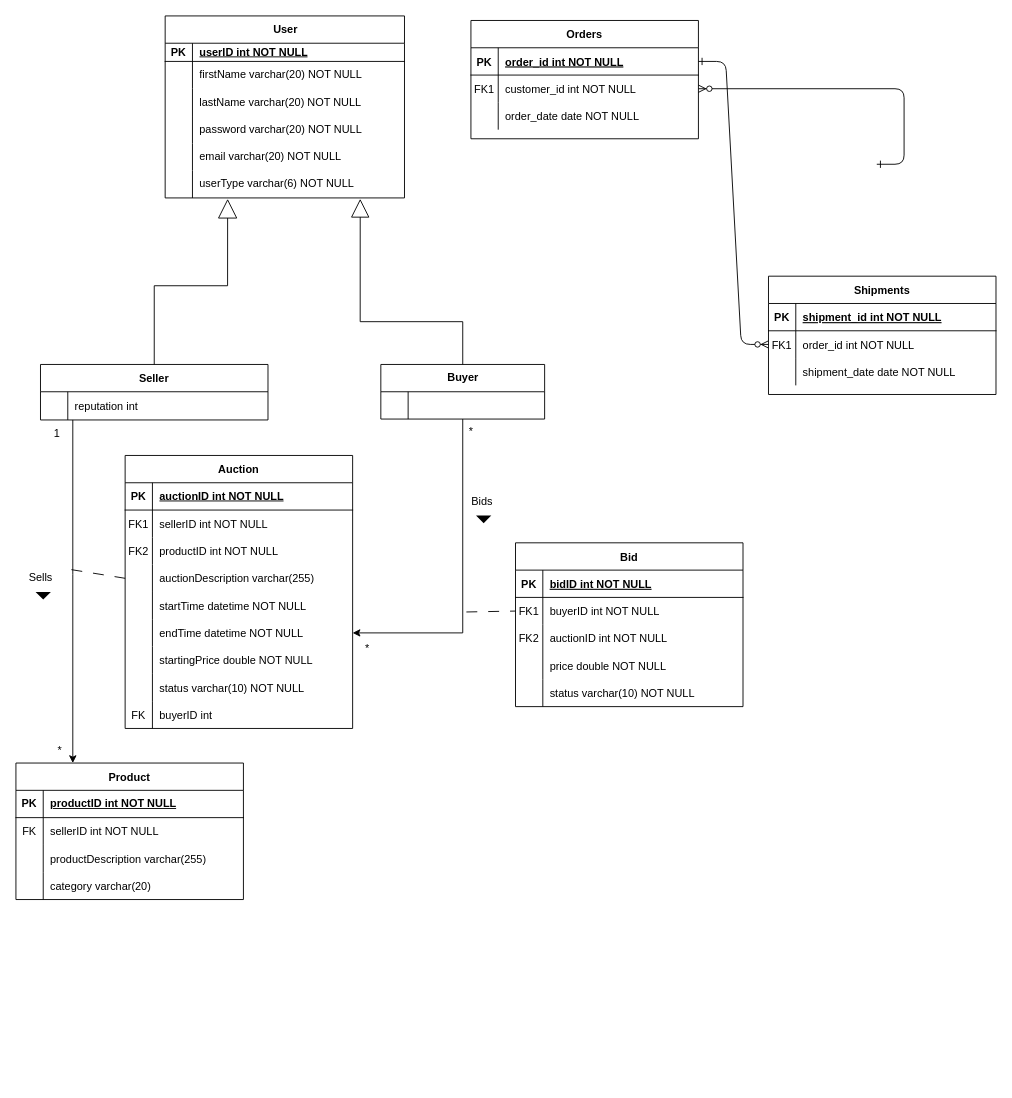
Above: ERD_0.drawio in AnTienHuang/COMP0178 (draw.io), before the change. Source tidied: cells renumbered, new cells numbered last; positions are measured from the earlier drawing's top-left corner, leaving out a move shared by most shapes. Both pictures are drawn from the tidied source at 91%, with x=0, y=0 at pixel (15, 15).
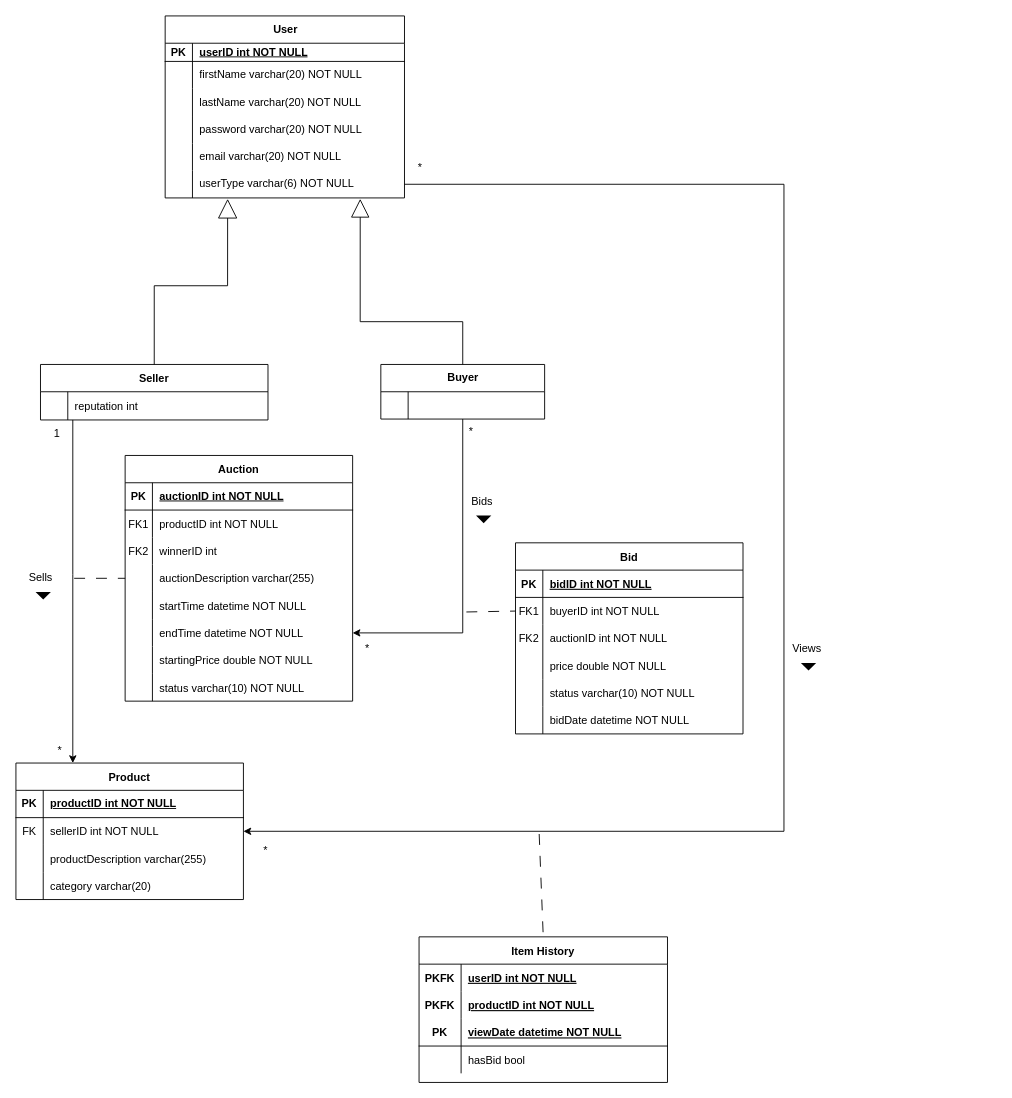
The same diagram, later.

Unchanged cells that the change refers to:
```xml
<mxCell id="41" style="shape=tableRow;horizontal=0;startSize=0;swimlaneHead=0;swimlaneBody=0;fillColor=none;points=[[0,0.5],[1,0.5]];portConstraint=eastwest;top=0;left=0;right=0;bottom=0;" parent="25" vertex="1">
  <mxGeometry y="170" width="263" height="30" as="geometry" />
</mxCell>
<mxCell id="57" style="shape=partialRectangle;fillColor=none;points=[[0,0.5],[1,0.5]];portConstraint=eastwest;top=0;left=0;right=0;bottom=0;" parent="53" vertex="1">
  <mxGeometry y="60" width="250" height="30" as="geometry" />
</mxCell>
<mxCell id="96" style="shape=partialRectangle;fillColor=none;points=[[0,0.5],[1,0.5]];portConstraint=eastwest;top=0;left=0;right=0;bottom=0;" parent="86" vertex="1">
  <mxGeometry y="120" width="250" height="30" as="geometry" />
</mxCell>
```

What changed in the source:
```diff
@@
-    <mxCell id="2" style="edgeStyle=entityRelationEdgeStyle;endArrow=ERzeroToMany;startArrow=ERone;endFill=1;startFill=0;" parent="1" edge="1" target="8">
-      <mxGeometry relative="1" as="geometry">
-        <mxPoint x="946" y="163" as="sourcePoint" />
-      </mxGeometry>
-    </mxCell>
-    <mxCell id="3" style="edgeStyle=entityRelationEdgeStyle;endArrow=ERzeroToMany;startArrow=ERone;endFill=1;startFill=0;" parent="1" edge="1" source="5" target="18">
-      <mxGeometry relative="1" as="geometry" />
-    </mxCell>
-    <mxCell id="4" value="Orders" style="shape=table;startSize=30;childLayout=tableLayout;rowLines=0;fontStyle=1;align=center;" parent="1" vertex="1">
-      <mxGeometry x="500" y="5" width="250" height="130" as="geometry" />
-    </mxCell>
-    <mxCell id="5" style="shape=partialRectangle;fillColor=none;points=[[0,0.5],[1,0.5]];portConstraint=eastwest;top=0;left=0;right=0;bottom=1;" parent="4" vertex="1">
-      <mxGeometry y="30" width="250" height="30" as="geometry" />
-    </mxCell>
-    <mxCell id="6" value="PK" style="shape=partialRectangle;overflow=hidden;fillColor=none;top=0;left=0;bottom=0;right=0;fontStyle=1;" parent="5" vertex="1">
-      <mxGeometry width="30" height="30" as="geometry" />
-    </mxCell>
-    <mxCell id="7" value="order_id int NOT NULL " style="shape=partialRectangle;overflow=hidden;fillColor=none;top=0;left=0;bottom=0;right=0;align=left;spacingLeft=6;fontStyle=5;" parent="5" vertex="1">
-      <mxGeometry x="30" width="220" height="30" as="geometry" />
-    </mxCell>
-    <mxCell id="8" style="shape=partialRectangle;fillColor=none;points=[[0,0.5],[1,0.5]];portConstraint=eastwest;top=0;left=0;right=0;bottom=0;" parent="4" vertex="1">
-      <mxGeometry y="60" width="250" height="30" as="geometry" />
-    </mxCell>
-    <mxCell id="9" value="FK1" style="shape=partialRectangle;overflow=hidden;fillColor=none;top=0;left=0;bottom=0;right=0;" parent="8" vertex="1">
-      <mxGeometry width="30" height="30" as="geometry" />
-    </mxCell>
-    <mxCell id="10" value="customer_id int NOT NULL" style="shape=partialRectangle;overflow=hidden;fillColor=none;top=0;left=0;bottom=0;right=0;align=left;spacingLeft=6;" parent="8" vertex="1">
-      <mxGeometry x="30" width="220" height="30" as="geometry" />
-    </mxCell>
-    <mxCell id="11" style="shape=partialRectangle;fillColor=none;top=0;left=0;right=0;bottom=0;" parent="4" vertex="1">
-      <mxGeometry y="90" width="250" height="30" as="geometry" />
-    </mxCell>
-    <mxCell id="12" style="shape=partialRectangle;overflow=hidden;fillColor=none;top=0;left=0;bottom=0;right=0;" parent="11" vertex="1">
-      <mxGeometry width="30" height="30" as="geometry" />
-    </mxCell>
-    <mxCell id="13" value="order_date date NOT NULL" style="shape=partialRectangle;overflow=hidden;fillColor=none;top=0;left=0;bottom=0;right=0;align=left;spacingLeft=6;" parent="11" vertex="1">
-      <mxGeometry x="30" width="220" height="30" as="geometry" />
-    </mxCell>
-    <mxCell id="14" value="Shipments" style="shape=table;startSize=30;childLayout=tableLayout;rowLines=0;fontStyle=1;align=center;" parent="1" vertex="1">
-      <mxGeometry x="827" y="286" width="250" height="130" as="geometry" />
+    <mxCell id="14" value="Item History" style="shape=table;startSize=30;childLayout=tableLayout;rowLines=0;fontStyle=1;align=center;" parent="1" vertex="1">
+      <mxGeometry x="443" y="1012" width="273" height="160" as="geometry" />
     </mxCell>
+    <mxCell id="18" style="shape=partialRectangle;fillColor=none;points=[[0,0.5],[1,0.5]];portConstraint=eastwest;top=0;left=0;right=0;bottom=0;" parent="14" vertex="1">
+      <mxGeometry y="30" width="273" height="30" as="geometry" />
+    </mxCell>
+    <mxCell id="19" value="PKFK" style="shape=partialRectangle;overflow=hidden;fillColor=none;top=0;left=0;bottom=0;right=0;fontStyle=1;" parent="18" vertex="1">
+      <mxGeometry width="46.2" height="30" as="geometry" />
+    </mxCell>
+    <mxCell id="20" value="userID int NOT NULL" style="shape=partialRectangle;overflow=hidden;fillColor=none;top=0;left=0;bottom=0;right=0;align=left;spacingLeft=6;fontStyle=5;" parent="18" vertex="1">
+      <mxGeometry x="46.2" width="226.8" height="30" as="geometry" />
+    </mxCell>
+    <mxCell id="122" style="shape=partialRectangle;fillColor=none;top=0;left=0;right=0;bottom=0;" parent="14" vertex="1">
+      <mxGeometry y="60" width="273" height="30" as="geometry" />
+    </mxCell>
+    <mxCell id="123" value="PKFK" style="shape=partialRectangle;overflow=hidden;fillColor=none;top=0;left=0;bottom=0;right=0;fontStyle=1;" parent="122" vertex="1">
+      <mxGeometry width="46.2" height="30" as="geometry" />
+    </mxCell>
+    <mxCell id="124" value="productID int NOT NULL" style="shape=partialRectangle;overflow=hidden;fillColor=none;top=0;left=0;bottom=0;right=0;align=left;spacingLeft=6;fontStyle=5;" parent="122" vertex="1">
+      <mxGeometry x="46.2" width="226.8" height="30" as="geometry" />
+    </mxCell>
     <mxCell id="15" style="shape=partialRectangle;fillColor=none;top=0;left=0;right=0;bottom=1;" parent="14" vertex="1">
-      <mxGeometry y="30" width="250" height="30" as="geometry" />
+      <mxGeometry y="90" width="273" height="30" as="geometry" />
     </mxCell>
     <mxCell id="16" value="PK" style="shape=partialRectangle;overflow=hidden;fillColor=none;top=0;left=0;bottom=0;right=0;fontStyle=1;" parent="15" vertex="1">
-      <mxGeometry width="30" height="30" as="geometry" />
+      <mxGeometry width="46.2" height="30" as="geometry" />
     </mxCell>
-    <mxCell id="17" value="shipment_id int NOT NULL " style="shape=partialRectangle;overflow=hidden;fillColor=none;top=0;left=0;bottom=0;right=0;align=left;spacingLeft=6;fontStyle=5;" parent="15" vertex="1">
-      <mxGeometry x="30" width="220" height="30" as="geometry" />
+    <mxCell id="17" value="viewDate datetime NOT NULL" style="shape=partialRectangle;overflow=hidden;fillColor=none;top=0;left=0;bottom=0;right=0;align=left;spacingLeft=6;fontStyle=5;" parent="15" vertex="1">
+      <mxGeometry x="46.2" width="226.8" height="30" as="geometry" />
     </mxCell>
-    <mxCell id="18" style="shape=partialRectangle;fillColor=none;points=[[0,0.5],[1,0.5]];portConstraint=eastwest;top=0;left=0;right=0;bottom=0;" parent="14" vertex="1">
-      <mxGeometry y="60" width="250" height="30" as="geometry" />
-    </mxCell>
-    <mxCell id="19" value="FK1" style="shape=partialRectangle;overflow=hidden;fillColor=none;top=0;left=0;bottom=0;right=0;" parent="18" vertex="1">
-      <mxGeometry width="30" height="30" as="geometry" />
-    </mxCell>
-    <mxCell id="20" value="order_id int NOT NULL" style="shape=partialRectangle;overflow=hidden;fillColor=none;top=0;left=0;bottom=0;right=0;align=left;spacingLeft=6;" parent="18" vertex="1">
-      <mxGeometry x="30" width="220" height="30" as="geometry" />
-    </mxCell>
     <mxCell id="21" style="shape=partialRectangle;fillColor=none;top=0;left=0;right=0;bottom=0;" parent="14" vertex="1">
-      <mxGeometry y="90" width="250" height="30" as="geometry" />
+      <mxGeometry y="120" width="273" height="30" as="geometry" />
     </mxCell>
     <mxCell id="22" style="shape=partialRectangle;overflow=hidden;fillColor=none;top=0;left=0;bottom=0;right=0;" parent="21" vertex="1">
-      <mxGeometry width="30" height="30" as="geometry" />
+      <mxGeometry width="46.2" height="30" as="geometry" />
     </mxCell>
-    <mxCell id="23" value="shipment_date date NOT NULL" style="shape=partialRectangle;overflow=hidden;fillColor=none;top=0;left=0;bottom=0;right=0;align=left;spacingLeft=6;" parent="21" vertex="1">
-      <mxGeometry x="30" width="220" height="30" as="geometry" />
+    <mxCell id="23" value="hasBid bool" style="shape=partialRectangle;overflow=hidden;fillColor=none;top=0;left=0;bottom=0;right=0;align=left;spacingLeft=6;" parent="21" vertex="1">
+      <mxGeometry x="46.2" width="226.8" height="30" as="geometry" />
     </mxCell>
@@
     <mxCell id="68" value="Bid" style="shape=table;startSize=30;childLayout=tableLayout;rowLines=0;fontStyle=1;align=center;" parent="1" vertex="1">
-      <mxGeometry x="549" y="579" width="250" height="180" as="geometry" />
+      <mxGeometry x="549" y="579" width="250" height="210" as="geometry" />
     </mxCell>
@@
+    <mxCell id="125" style="shape=partialRectangle;fillColor=none;top=0;left=0;right=0;bottom=0;" parent="68" vertex="1">
+      <mxGeometry y="180" width="250" height="30" as="geometry" />
+    </mxCell>
+    <mxCell id="12" style="shape=partialRectangle;overflow=hidden;fillColor=none;top=0;left=0;bottom=0;right=0;" parent="125" vertex="1">
+      <mxGeometry width="30" height="30" as="geometry" />
+    </mxCell>
+    <mxCell id="126" value="bidDate datetime NOT NULL" style="shape=partialRectangle;overflow=hidden;fillColor=none;top=0;left=0;bottom=0;right=0;align=left;spacingLeft=6;" parent="125" vertex="1">
+      <mxGeometry x="30" width="220" height="30" as="geometry" />
+    </mxCell>
@@
     <mxCell id="86" value="Auction" style="shape=table;startSize=30;childLayout=tableLayout;rowLines=0;fontStyle=1;align=center;swimlaneLine=1;" parent="1" vertex="1">
-      <mxGeometry x="120" y="483" width="250" height="300" as="geometry" />
+      <mxGeometry x="120" y="483" width="250" height="270" as="geometry" />
     </mxCell>
@@
-    <mxCell id="90" style="shape=partialRectangle;fillColor=none;top=0;left=0;right=0;bottom=0;" parent="86" vertex="1">
-      <mxGeometry y="60" width="250" height="30" as="geometry" />
-    </mxCell>
-    <mxCell id="91" value="FK1" style="shape=partialRectangle;overflow=hidden;fillColor=none;top=0;left=0;bottom=0;right=0;" parent="90" vertex="1">
-      <mxGeometry width="30" height="30" as="geometry" />
-    </mxCell>
-    <mxCell id="92" value="sellerID int NOT NULL" style="shape=partialRectangle;overflow=hidden;fillColor=none;top=0;left=0;bottom=0;right=0;align=left;spacingLeft=6;" parent="90" vertex="1">
-      <mxGeometry x="30" width="220" height="30" as="geometry" />
-    </mxCell>
     <mxCell id="93" style="shape=partialRectangle;fillColor=none;top=0;left=0;right=0;bottom=0;" parent="86" vertex="1">
-      <mxGeometry y="90" width="250" height="30" as="geometry" />
+      <mxGeometry y="60" width="250" height="30" as="geometry" />
     </mxCell>
-    <mxCell id="94" value="FK2" style="shape=partialRectangle;overflow=hidden;fillColor=none;top=0;left=0;bottom=0;right=0;" parent="93" vertex="1">
+    <mxCell id="94" value="FK1" style="shape=partialRectangle;overflow=hidden;fillColor=none;top=0;left=0;bottom=0;right=0;" parent="93" vertex="1">
       <mxGeometry width="30" height="30" as="geometry" />
     </mxCell>
@@
+    <mxCell id="111" style="shape=partialRectangle;fillColor=none;top=0;left=0;right=0;bottom=0;" parent="86" vertex="1">
+      <mxGeometry y="90" width="250" height="30" as="geometry" />
+    </mxCell>
+    <mxCell id="112" value="FK2" style="shape=partialRectangle;overflow=hidden;fillColor=none;top=0;left=0;bottom=0;right=0;" parent="111" vertex="1">
+      <mxGeometry width="30" height="30" as="geometry" />
+    </mxCell>
+    <mxCell id="113" value="winnerID int" style="shape=partialRectangle;overflow=hidden;fillColor=none;top=0;left=0;bottom=0;right=0;align=left;spacingLeft=6;" parent="111" vertex="1">
+      <mxGeometry x="30" width="220" height="30" as="geometry" />
+    </mxCell>
@@
-    <mxCell id="111" style="shape=partialRectangle;fillColor=none;top=0;left=0;right=0;bottom=0;" parent="86" vertex="1">
-      <mxGeometry y="270" width="250" height="30" as="geometry" />
-    </mxCell>
-    <mxCell id="112" value="FK" style="shape=partialRectangle;overflow=hidden;fillColor=none;top=0;left=0;bottom=0;right=0;" parent="111" vertex="1">
-      <mxGeometry width="30" height="30" as="geometry" />
-    </mxCell>
-    <mxCell id="113" value="buyerID int" style="shape=partialRectangle;overflow=hidden;fillColor=none;top=0;left=0;bottom=0;right=0;align=left;spacingLeft=6;" parent="111" vertex="1">
-      <mxGeometry x="30" width="220" height="30" as="geometry" />
-    </mxCell>
@@
     <mxCell id="119" style="edgeStyle=none;jettySize=auto;html=1;rounded=0;entryX=0;entryY=0.5;entryDx=0;entryDy=0;dashed=1;dashPattern=12 12;endArrow=none;endFill=0;" parent="1" edge="1" target="96">
       <mxGeometry relative="1" as="geometry">
-        <mxPoint x="61" y="608.5" as="sourcePoint" />
+        <mxPoint x="64" y="618" as="sourcePoint" />
       </mxGeometry>
     </mxCell>
@@
+    <mxCell id="127" style="edgeStyle=orthogonalEdgeStyle;rounded=0;jettySize=auto;html=1;entryX=1;entryY=0.5;entryDx=0;entryDy=0;" parent="1" edge="1" source="41" target="57">
+      <mxGeometry relative="1" as="geometry">
+        <Array as="points">
+          <mxPoint x="844" y="185" />
+          <mxPoint x="844" y="896" />
+        </Array>
+      </mxGeometry>
+    </mxCell>
+    <mxCell id="128" value="*" style="text;html=1;align=center;verticalAlign=middle;strokeColor=none;fillColor=none;" parent="1" vertex="1">
+      <mxGeometry x="262" y="905" width="23" height="26" as="geometry" />
+    </mxCell>
+    <mxCell id="129" value="*" style="text;html=1;align=center;verticalAlign=middle;strokeColor=none;fillColor=none;" parent="1" vertex="1">
+      <mxGeometry x="432" y="154" width="23" height="26" as="geometry" />
+    </mxCell>
+    <mxCell id="130" style="triangle;fillColor=strokeColor;rotation=90;strokeWidth=2;" parent="1" vertex="1">
+      <mxGeometry x="868" y="709" width="6" height="12" as="geometry" />
+    </mxCell>
+    <mxCell id="131" value="&lt;font style=&quot;font-size: 12px;&quot;&gt;Views&lt;/font&gt;" style="text;html=1;align=center;verticalAlign=middle;strokeColor=none;fillColor=none;strokeWidth=5;" parent="1" vertex="1">
+      <mxGeometry x="844" y="683" width="50" height="26" as="geometry" />
+    </mxCell>
+    <mxCell id="132" style="endArrow=none;html=1;rounded=0;align=center;verticalAlign=bottom;labelBackgroundColor=none;startArrow=none;startFill=0;entryX=0.5;entryY=0;entryDx=0;entryDy=0;dashed=1;dashPattern=12 12;" parent="1" edge="1" target="14">
+      <mxGeometry relative="1" as="geometry">
+        <mxPoint x="575" y="899" as="sourcePoint" />
+      </mxGeometry>
+    </mxCell>
```
